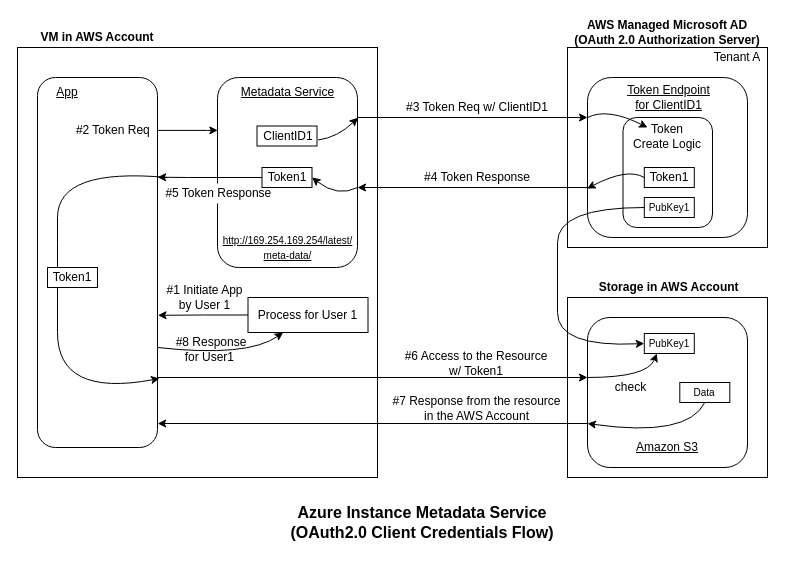
The draw.io diagram OAuth2.0_Authorization/metadata_service_AWS.drawio in developer-onizuka/Diagrams, before the edit. Source tidied: cells renumbered, new cells numbered last; positions are measured from the earlier drawing's top-left corner, leaving out a move shared by most shapes. Both pictures are drawn from the tidied source at 100%, with x=0, y=0 at pixel (17, 17).
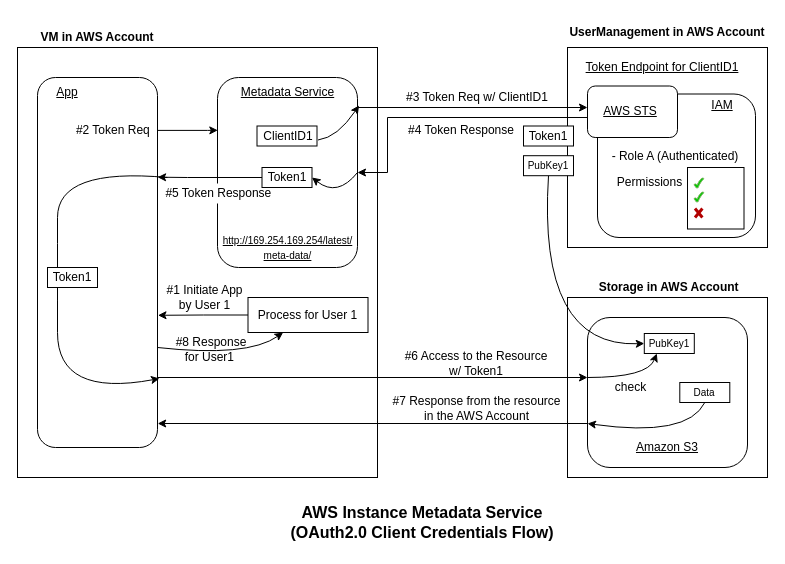
Above is the later version.

The change refers to these unchanged cells:
```xml
<mxCell id="40" value="&lt;font style=&quot;font-size: 10px;&quot;&gt;PubKey1&lt;/font&gt;" style="text;html=1;strokeColor=none;fillColor=none;align=center;verticalAlign=middle;whiteSpace=wrap;rounded=0;" parent="1" vertex="1">
  <mxGeometry x="626.8" y="316" width="50" height="20" as="geometry" />
</mxCell>
<mxCell id="45" style="rounded=1;whiteSpace=wrap;html=1;" parent="1" vertex="1">
  <mxGeometry x="200" y="60" width="140" height="190" as="geometry" />
</mxCell>
<mxCell id="56" value="Token1" style="text;html=1;strokeColor=none;fillColor=none;align=center;verticalAlign=middle;whiteSpace=wrap;rounded=0;" parent="1" vertex="1">
  <mxGeometry x="244.5" y="150" width="50" height="20" as="geometry" />
</mxCell>
```

Change to the diagram source:
```diff
@@
-    <mxCell id="8" value="AWS Managed Microsoft AD&lt;br&gt;(OAuth 2.0 Authorization Server)" style="text;html=1;strokeColor=none;fillColor=none;align=center;verticalAlign=middle;whiteSpace=wrap;rounded=0;fontStyle=1;" parent="1" vertex="1">
+    <mxCell id="8" value="UserManagement in AWS Account" style="text;html=1;strokeColor=none;fillColor=none;align=center;verticalAlign=middle;whiteSpace=wrap;rounded=0;fontStyle=1;" parent="1" vertex="1">
       <mxGeometry x="550" width="200" height="30" as="geometry" />
     </mxCell>
-    <mxCell id="9" style="edgeStyle=orthogonalEdgeStyle;rounded=0;jettySize=auto;html=1;exitX=0;exitY=0.75;exitDx=0;exitDy=0;" parent="1" edge="1" source="10">
-      <mxGeometry relative="1" as="geometry">
-        <mxPoint x="340" y="170" as="targetPoint" />
-        <Array as="points">
-          <mxPoint x="570" y="170" />
-        </Array>
-      </mxGeometry>
-    </mxCell>
-    <mxCell id="10" style="rounded=1;whiteSpace=wrap;html=1;" parent="1" vertex="1">
-      <mxGeometry x="570" y="60" width="160" height="160" as="geometry" />
-    </mxCell>
-    <mxCell id="11" value="Token Endpoint &lt;br&gt;for ClientID1" style="text;html=1;strokeColor=none;fillColor=none;align=center;verticalAlign=middle;whiteSpace=wrap;rounded=0;fontStyle=4;" parent="1" vertex="1">
-      <mxGeometry x="591.3" y="65" width="121" height="30" as="geometry" />
-    </mxCell>
     <mxCell id="12" value="#4 Token Response" style="text;html=1;strokeColor=none;fillColor=none;align=center;verticalAlign=middle;whiteSpace=wrap;rounded=0;" parent="1" vertex="1">
-      <mxGeometry x="380" y="150" width="160" height="20" as="geometry" />
+      <mxGeometry x="364" y="103" width="160" height="20" as="geometry" />
     </mxCell>
     <mxCell id="13" value="#3 Token Req w/ ClientID1" style="text;html=1;strokeColor=none;fillColor=none;align=center;verticalAlign=middle;whiteSpace=wrap;rounded=0;" parent="1" vertex="1">
-      <mxGeometry x="380" y="80" width="160" height="20" as="geometry" />
+      <mxGeometry x="380" y="70" width="160" height="20" as="geometry" />
     </mxCell>
-    <mxCell id="14" style="endArrow=classic;html=1;rounded=0;entryX=0;entryY=0.25;entryDx=0;entryDy=0;" parent="1" edge="1" target="10">
+    <mxCell id="14" style="endArrow=classic;html=1;rounded=0;entryX=0;entryY=0.25;entryDx=0;entryDy=0;" parent="1" edge="1">
       <mxGeometry relative="1" as="geometry">
-        <mxPoint x="340" y="100" as="sourcePoint" />
+        <mxPoint x="340" y="90" as="sourcePoint" />
+        <mxPoint x="570" y="90" as="targetPoint" />
       </mxGeometry>
     </mxCell>
@@
-    <mxCell id="18" value="Tenant A" style="text;html=1;strokeColor=none;fillColor=none;align=center;verticalAlign=middle;whiteSpace=wrap;rounded=0;" parent="1" vertex="1">
-      <mxGeometry x="690" y="30" width="60" height="20" as="geometry" />
-    </mxCell>
@@
-    <mxCell id="24" style="rounded=1;whiteSpace=wrap;html=1;" parent="1" vertex="1">
-      <mxGeometry x="605.5" y="100" width="89.5" height="110" as="geometry" />
-    </mxCell>
-    <mxCell id="25" value="Token&lt;br&gt;Create Logic" style="text;html=1;strokeColor=none;fillColor=none;align=center;verticalAlign=middle;whiteSpace=wrap;rounded=0;" parent="1" vertex="1">
-      <mxGeometry x="607" y="101" width="86" height="35" as="geometry" />
-    </mxCell>
-    <mxCell id="26" style="rounded=0;whiteSpace=wrap;html=1;" parent="1" vertex="1">
-      <mxGeometry x="626.8" y="150" width="50" height="20" as="geometry" />
-    </mxCell>
-    <mxCell id="27" value="Token1" style="text;html=1;strokeColor=none;fillColor=none;align=center;verticalAlign=middle;whiteSpace=wrap;rounded=0;" parent="1" vertex="1">
-      <mxGeometry x="626.8" y="150" width="50" height="20" as="geometry" />
-    </mxCell>
-    <mxCell id="28" style="curved=1;endArrow=classic;html=1;rounded=0;exitX=0;exitY=0.5;exitDx=0;exitDy=0;entryX=-0.002;entryY=0.694;entryDx=0;entryDy=0;entryPerimeter=0;" parent="1" edge="1" source="27" target="10">
-      <mxGeometry relative="1" as="geometry">
-        <Array as="points">
-          <mxPoint x="610" y="150" />
-        </Array>
-      </mxGeometry>
-    </mxCell>
-    <mxCell id="29" style="curved=1;endArrow=classic;html=1;rounded=0;exitX=0.75;exitY=0;exitDx=0;exitDy=0;" parent="1" edge="1">
-      <mxGeometry relative="1" as="geometry">
-        <mxPoint x="570" y="100" as="sourcePoint" />
-        <mxPoint x="630" y="110" as="targetPoint" />
-        <Array as="points">
-          <mxPoint x="590" y="90" />
-        </Array>
-      </mxGeometry>
-    </mxCell>
@@
-    <mxCell id="36" value="&lt;font style=&quot;&quot;&gt;&lt;span style=&quot;font-size: 16px;&quot;&gt;Azure Instance Metadata Service&lt;br&gt;(OAuth2.0 Client Credentials Flow)&lt;/span&gt;&lt;/font&gt;" style="text;html=1;strokeColor=none;fillColor=none;align=center;verticalAlign=middle;whiteSpace=wrap;rounded=0;fontStyle=1;strokeWidth=1;" parent="1" vertex="1">
+    <mxCell id="36" value="&lt;font style=&quot;&quot;&gt;&lt;span style=&quot;font-size: 16px;&quot;&gt;AWS Instance Metadata Service&lt;br&gt;(OAuth2.0 Client Credentials Flow)&lt;/span&gt;&lt;/font&gt;" style="text;html=1;strokeColor=none;fillColor=none;align=center;verticalAlign=middle;whiteSpace=wrap;rounded=0;fontStyle=1;strokeWidth=1;" parent="1" vertex="1">
       <mxGeometry x="230" y="480" width="350" height="50" as="geometry" />
     </mxCell>
-    <mxCell id="37" style="rounded=0;whiteSpace=wrap;html=1;" parent="1" vertex="1">
-      <mxGeometry x="626.8" y="180" width="50" height="20" as="geometry" />
-    </mxCell>
-    <mxCell id="38" value="&lt;font style=&quot;font-size: 10px;&quot;&gt;PubKey1&lt;/font&gt;" style="text;html=1;strokeColor=none;fillColor=none;align=center;verticalAlign=middle;whiteSpace=wrap;rounded=0;" parent="1" vertex="1">
-      <mxGeometry x="626.8" y="180" width="50" height="20" as="geometry" />
-    </mxCell>
@@
-    <mxCell id="41" style="curved=1;endArrow=classic;html=1;rounded=0;exitX=0;exitY=0.5;exitDx=0;exitDy=0;entryX=0;entryY=0.5;entryDx=0;entryDy=0;" parent="1" edge="1" source="38" target="40">
+    <mxCell id="41" style="curved=1;endArrow=classic;html=1;rounded=0;exitX=0.5;exitY=1;exitDx=0;exitDy=0;entryX=0;entryY=0.5;entryDx=0;entryDy=0;" parent="1" edge="1" source="38" target="40">
       <mxGeometry relative="1" as="geometry">
         <Array as="points">
-          <mxPoint x="540" y="190" />
-          <mxPoint x="540" y="260" />
-          <mxPoint x="540" y="330" />
+          <mxPoint x="520" y="330" />
         </Array>
       </mxGeometry>
     </mxCell>
@@
-    <mxCell id="52" style="curved=1;endArrow=classic;html=1;rounded=0;entryX=1.003;entryY=0.212;entryDx=0;entryDy=0;entryPerimeter=0;" parent="1" edge="1" target="45">
+    <mxCell id="52" style="curved=1;endArrow=classic;html=1;rounded=0;entryX=1.011;entryY=0.147;entryDx=0;entryDy=0;entryPerimeter=0;" parent="1" edge="1" target="45">
       <mxGeometry relative="1" as="geometry">
         <mxPoint x="300.5" y="122.5" as="sourcePoint" />
         <Array as="points">
           <mxPoint x="320" y="120" />
         </Array>
       </mxGeometry>
     </mxCell>
@@
-    <mxCell id="57" style="curved=1;endArrow=classic;html=1;rounded=0;entryX=1;entryY=0.5;entryDx=0;entryDy=0;" parent="1" edge="1" target="56">
+    <mxCell id="57" style="curved=1;endArrow=classic;html=1;rounded=0;entryX=1;entryY=0.5;entryDx=0;entryDy=0;exitX=1;exitY=0.5;exitDx=0;exitDy=0;" parent="1" edge="1" source="45" target="56">
       <mxGeometry relative="1" as="geometry">
-        <mxPoint x="340" y="170" as="sourcePoint" />
         <Array as="points">
           <mxPoint x="320" y="180" />
         </Array>
       </mxGeometry>
     </mxCell>
@@
+    <mxCell id="61" style="rounded=1;whiteSpace=wrap;html=1;" parent="1" vertex="1">
+      <mxGeometry x="580" y="76.5" width="158" height="143.5" as="geometry" />
+    </mxCell>
+    <mxCell id="62" value="IAM" style="text;html=1;strokeColor=none;fillColor=none;align=center;verticalAlign=middle;whiteSpace=wrap;rounded=0;fontStyle=4;" parent="1" vertex="1">
+      <mxGeometry x="676.8" y="80" width="56" height="15" as="geometry" />
+    </mxCell>
+    <mxCell id="63" value="Permissions" style="text;html=1;strokeColor=none;fillColor=none;align=center;verticalAlign=middle;whiteSpace=wrap;rounded=0;" parent="1" vertex="1">
+      <mxGeometry x="593.5" y="150" width="76.5" height="30" as="geometry" />
+    </mxCell>
+    <mxCell id="64" style="group;" parent="1" vertex="1">
+      <mxGeometry x="670" y="150" width="56.5" height="61.5" as="geometry" />
+    </mxCell>
+    <mxCell id="65" style="rounded=0;whiteSpace=wrap;html=1;" parent="64" vertex="1">
+      <mxGeometry width="56.5" height="61.5" as="geometry" />
+    </mxCell>
+    <mxCell id="66" style="shape=umlDestroy;whiteSpace=wrap;html=1;strokeWidth=3;fillColor=#e51400;strokeColor=#B20000;fontColor=#ffffff;" parent="64" vertex="1">
+      <mxGeometry x="7.5" y="41" width="7.4" height="9" as="geometry" />
+    </mxCell>
+    <mxCell id="67" style="verticalLabelPosition=bottom;verticalAlign=top;html=1;shape=mxgraph.basic.tick;fillColor=#00CC00;strokeColor=#82b366;" parent="64" vertex="1">
+      <mxGeometry x="6.5" y="10.5" width="9.8" height="10" as="geometry" />
+    </mxCell>
+    <mxCell id="68" style="verticalLabelPosition=bottom;verticalAlign=top;html=1;shape=mxgraph.basic.tick;fillColor=#00CC00;strokeColor=#82b366;" parent="64" vertex="1">
+      <mxGeometry x="6.5" y="24.5" width="9.8" height="10" as="geometry" />
+    </mxCell>
+    <mxCell id="69" value="- Role A (Authenticated)" style="text;html=1;strokeColor=none;fillColor=none;align=center;verticalAlign=middle;whiteSpace=wrap;rounded=0;" parent="1" vertex="1">
+      <mxGeometry x="584.5" y="128.5" width="145.5" height="20" as="geometry" />
+    </mxCell>
+    <mxCell id="70" style="rounded=1;whiteSpace=wrap;html=1;" parent="1" vertex="1">
+      <mxGeometry x="570" y="68.5" width="90" height="51.5" as="geometry" />
+    </mxCell>
+    <mxCell id="71" value="AWS STS" style="text;html=1;strokeColor=none;fillColor=none;align=center;verticalAlign=middle;whiteSpace=wrap;rounded=0;fontStyle=4;" parent="1" vertex="1">
+      <mxGeometry x="583" y="86.8" width="60" height="15" as="geometry" />
+    </mxCell>
+    <mxCell id="11" value="Token Endpoint for ClientID1" style="text;html=1;strokeColor=none;fillColor=none;align=center;verticalAlign=middle;whiteSpace=wrap;rounded=0;fontStyle=4;" parent="1" vertex="1">
+      <mxGeometry x="550" y="35" width="190" height="30" as="geometry" />
+    </mxCell>
+    <mxCell id="72" style="rounded=0;whiteSpace=wrap;html=1;" parent="1" vertex="1">
+      <mxGeometry x="506" y="108.5" width="50" height="20" as="geometry" />
+    </mxCell>
+    <mxCell id="27" value="Token1" style="text;html=1;strokeColor=none;fillColor=none;align=center;verticalAlign=middle;whiteSpace=wrap;rounded=0;" parent="1" vertex="1">
+      <mxGeometry x="506" y="108.5" width="50" height="20" as="geometry" />
+    </mxCell>
+    <mxCell id="73" style="rounded=0;whiteSpace=wrap;html=1;" parent="1" vertex="1">
+      <mxGeometry x="506" y="138.2" width="50" height="20" as="geometry" />
+    </mxCell>
+    <mxCell id="38" value="&lt;font style=&quot;font-size: 10px;&quot;&gt;PubKey1&lt;/font&gt;" style="text;html=1;strokeColor=none;fillColor=none;align=center;verticalAlign=middle;whiteSpace=wrap;rounded=0;" parent="1" vertex="1">
+      <mxGeometry x="506" y="138.2" width="50" height="20" as="geometry" />
+    </mxCell>
+    <mxCell id="74" style="edgeStyle=orthogonalEdgeStyle;rounded=0;jettySize=auto;html=1;exitX=0;exitY=0.75;exitDx=0;exitDy=0;entryX=1;entryY=0.5;entryDx=0;entryDy=0;" parent="1" edge="1" source="70" target="45">
+      <mxGeometry relative="1" as="geometry">
+        <Array as="points">
+          <mxPoint x="570" y="100" />
+          <mxPoint x="370" y="100" />
+          <mxPoint x="370" y="155" />
+        </Array>
+      </mxGeometry>
+    </mxCell>
```
